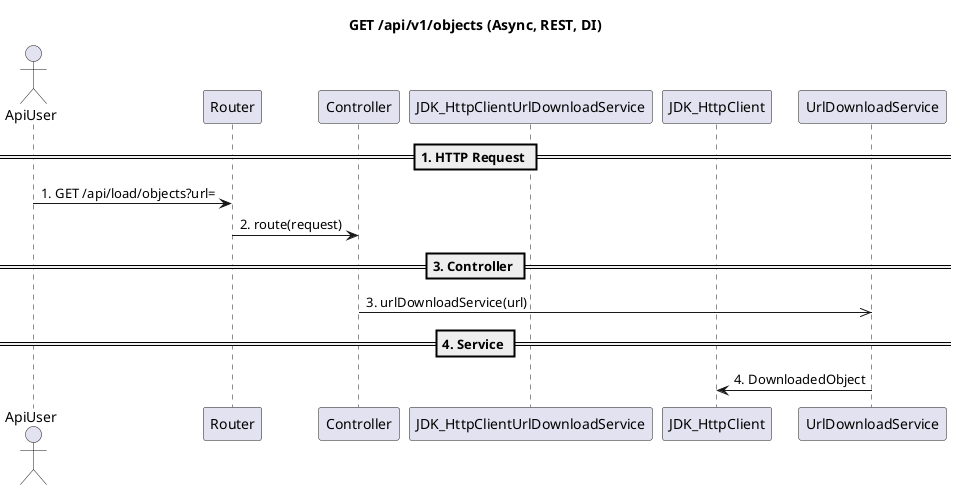
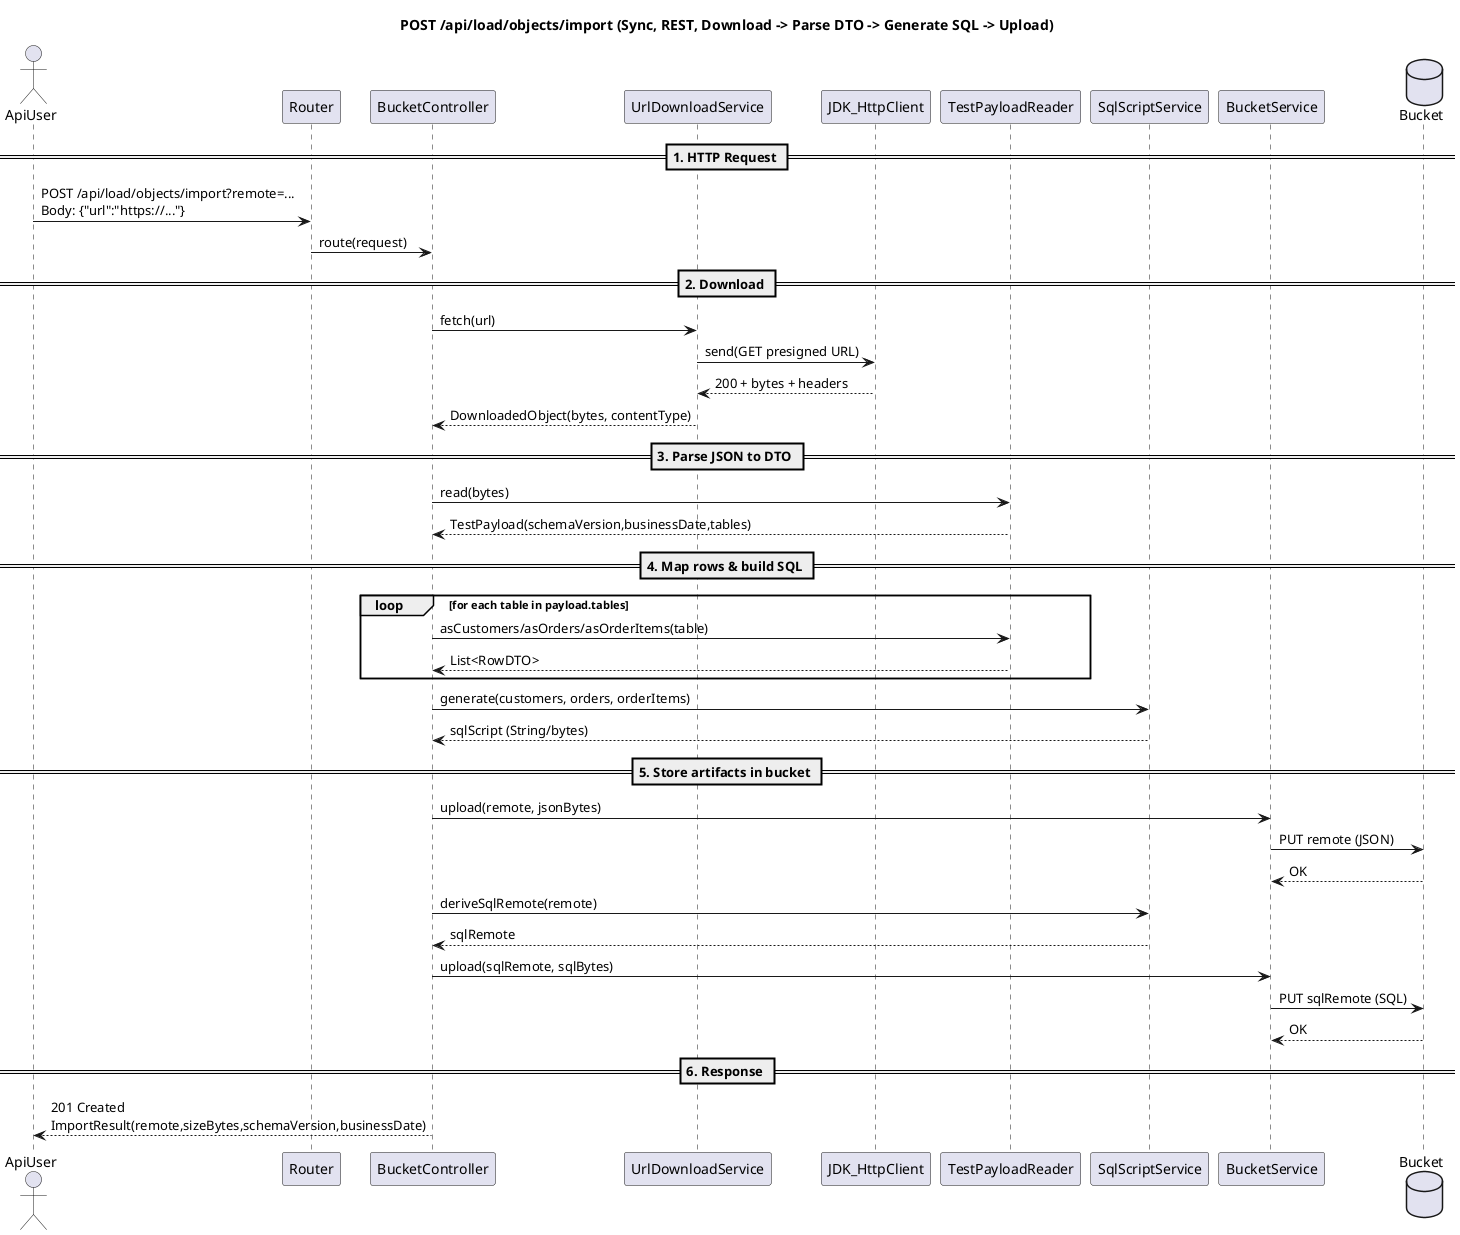
@startuml
- title GET /api/v1/objects (Async, REST, DI)
+ title POST /api/load/objects/import (Sync, REST, Download -> Parse DTO -> Generate SQL -> Upload)

actor ApiUser
participant Router
- participant Controller
- participant JDK_HttpClientUrlDownloadService
- participant JDK_HttpClient
- 
+ participant BucketController as Controller
+ participant UrlDownloadService
+ participant JDK_HttpClient as HttpClient
+ participant TestPayloadReader
+ participant SqlScriptService
+ participant BucketService
+ database Bucket as ObjectBucket

== 1. HTTP Request ==
- ApiUser -> Router: 1. GET /api/load/objects?url=
- Router -> Controller: 2. route(request)
+ ApiUser -> Router: POST /api/load/objects/import?remote=...\nBody: {"url":"https://..."}
+ Router -> Controller: route(request)

- == 3. Controller ==
- Controller ->> UrlDownloadService: 3. urlDownloadService(url)
+ == 2. Download ==
+ Controller -> UrlDownloadService: fetch(url)
+ UrlDownloadService -> HttpClient: send(GET presigned URL)
+ HttpClient --> UrlDownloadService: 200 + bytes + headers
+ UrlDownloadService --> Controller: DownloadedObject(bytes, contentType)

- == 4. Service ==
- UrlDownloadService -> JDK_HttpClient: 4. DownloadedObject
+ == 3. Parse JSON to DTO ==
+ Controller -> TestPayloadReader: read(bytes)
+ TestPayloadReader --> Controller: TestPayload(schemaVersion,businessDate,tables)

+ == 4. Map rows & build SQL ==
+ loop for each table in payload.tables
+   Controller -> TestPayloadReader: asCustomers/asOrders/asOrderItems(table)
+   TestPayloadReader --> Controller: List<RowDTO>
+ end
+ Controller -> SqlScriptService: generate(customers, orders, orderItems)
+ SqlScriptService --> Controller: sqlScript (String/bytes)
+ 
+ == 5. Store artifacts in bucket ==
+ Controller -> BucketService: upload(remote, jsonBytes)
+ BucketService -> ObjectBucket: PUT remote (JSON)
+ ObjectBucket --> BucketService: OK
+ 
+ Controller -> SqlScriptService: deriveSqlRemote(remote)
+ SqlScriptService --> Controller: sqlRemote
+ 
+ Controller -> BucketService: upload(sqlRemote, sqlBytes)
+ BucketService -> ObjectBucket: PUT sqlRemote (SQL)
+ ObjectBucket --> BucketService: OK
+ 
+ == 6. Response ==
+ Controller --> ApiUser: 201 Created\nImportResult(remote,sizeBytes,schemaVersion,businessDate)

@enduml